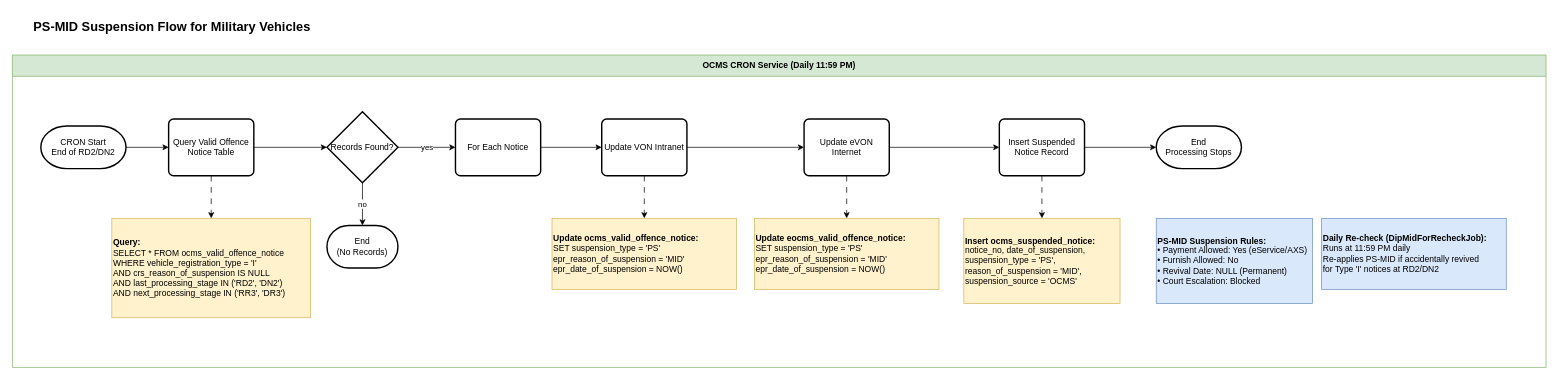
The draw.io diagram page "Section_4_MID_PS_Suspension" (5 of 5) of OCMS 14/Section 4/OCMS14-Technical_Flowchart_Section_4.drawio in rafifmgg/techdoc, before the edit. Source tidied: cells renumbered, new cells numbered last; positions are measured from the earlier drawing's top-left corner, leaving out a move shared by most shapes. Both pictures are drawn from the tidied source at 71%, with x=0, y=0 at pixel (12, 12).
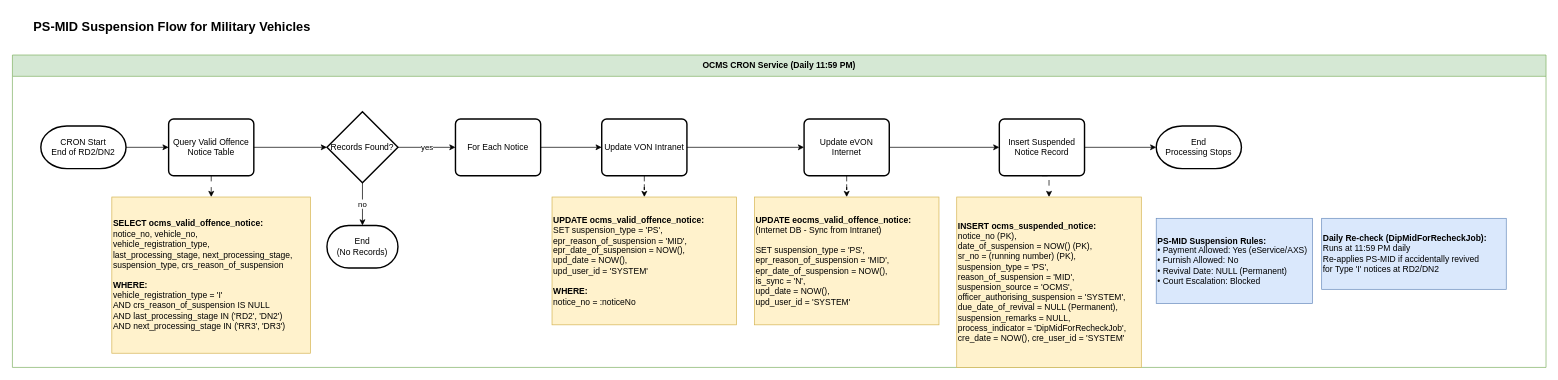
Above is the later version.

Commit message (it also covers changes not shown here):
Update OCMS 14 Section 4 - sync Technical Document with flowchart

Unchanged cells that the change refers to:
```xml
<mxCell id="3" value="OCMS CRON Service (Daily 11:59 PM)" style="swimlane;whiteSpace=wrap;html=1;fillColor=#d5e8d4;strokeColor=#82b366;startSize=30;" parent="1" vertex="1">
  <mxGeometry y="60" width="2160" height="440" as="geometry" />
</mxCell>
```

Change to the diagram source:
```diff
@@
-    <mxCell id="25" value="&lt;b&gt;Query:&lt;/b&gt;&lt;br&gt;SELECT * FROM ocms_valid_offence_notice&lt;br&gt;WHERE vehicle_registration_type = 'I'&lt;br&gt;AND crs_reason_of_suspension IS NULL&lt;br&gt;AND last_processing_stage IN ('RD2', 'DN2')&lt;br&gt;AND next_processing_stage IN ('RR3', 'DR3')" style="text;html=1;whiteSpace=wrap;strokeColor=#d6b656;fillColor=#fff2cc;align=left;verticalAlign=middle;rounded=0;" parent="3" vertex="1">
-      <mxGeometry x="140" y="230" width="280" height="140" as="geometry" />
+    <mxCell id="25" value="&lt;b&gt;SELECT ocms_valid_offence_notice:&lt;/b&gt;&lt;br&gt;notice_no, vehicle_no,&lt;br&gt;vehicle_registration_type,&lt;br&gt;last_processing_stage, next_processing_stage,&lt;br&gt;suspension_type, crs_reason_of_suspension&lt;br&gt;&lt;br&gt;&lt;b&gt;WHERE:&lt;/b&gt;&lt;br&gt;vehicle_registration_type = 'I'&lt;br&gt;AND crs_reason_of_suspension IS NULL&lt;br&gt;AND last_processing_stage IN ('RD2', 'DN2')&lt;br&gt;AND next_processing_stage IN ('RR3', 'DR3')" style="text;html=1;whiteSpace=wrap;strokeColor=#d6b656;fillColor=#fff2cc;align=left;verticalAlign=middle;rounded=0;" parent="3" vertex="1">
+      <mxGeometry x="140" y="200" width="280" height="220" as="geometry" />
     </mxCell>
-    <mxCell id="26" value="&lt;b&gt;Update ocms_valid_offence_notice:&lt;/b&gt;&lt;br&gt;SET suspension_type = 'PS'&lt;br&gt;    epr_reason_of_suspension = 'MID'&lt;br&gt;    epr_date_of_suspension = NOW()" style="text;html=1;whiteSpace=wrap;strokeColor=#d6b656;fillColor=#fff2cc;align=left;verticalAlign=middle;rounded=0;" parent="3" vertex="1">
-      <mxGeometry x="760" y="230" width="260" height="100" as="geometry" />
+    <mxCell id="26" value="&lt;b&gt;UPDATE ocms_valid_offence_notice:&lt;/b&gt;&lt;br&gt;SET suspension_type = 'PS',&lt;br&gt;    epr_reason_of_suspension = 'MID',&lt;br&gt;    epr_date_of_suspension = NOW(),&lt;br&gt;    upd_date = NOW(),&lt;br&gt;    upd_user_id = 'SYSTEM'&lt;br&gt;&lt;br&gt;&lt;b&gt;WHERE:&lt;/b&gt;&lt;br&gt;notice_no = :noticeNo" style="text;html=1;whiteSpace=wrap;strokeColor=#d6b656;fillColor=#fff2cc;align=left;verticalAlign=middle;rounded=0;" parent="3" vertex="1">
+      <mxGeometry x="760" y="200" width="260" height="180" as="geometry" />
     </mxCell>
-    <mxCell id="27" value="&lt;b&gt;Insert ocms_suspended_notice:&lt;/b&gt;&lt;br&gt;notice_no, date_of_suspension,&lt;br&gt;suspension_type = 'PS',&lt;br&gt;reason_of_suspension = 'MID',&lt;br&gt;suspension_source = 'OCMS'" style="text;html=1;whiteSpace=wrap;strokeColor=#d6b656;fillColor=#fff2cc;align=left;verticalAlign=middle;rounded=0;" parent="3" vertex="1">
-      <mxGeometry x="1340" y="230" width="220" height="120" as="geometry" />
+    <mxCell id="27" value="&lt;b&gt;INSERT ocms_suspended_notice:&lt;/b&gt;&lt;br&gt;notice_no (PK),&lt;br&gt;date_of_suspension = NOW() (PK),&lt;br&gt;sr_no = (running number) (PK),&lt;br&gt;suspension_type = 'PS',&lt;br&gt;reason_of_suspension = 'MID',&lt;br&gt;suspension_source = 'OCMS',&lt;br&gt;officer_authorising_suspension = 'SYSTEM',&lt;br&gt;due_date_of_revival = NULL (Permanent),&lt;br&gt;suspension_remarks = NULL,&lt;br&gt;process_indicator = 'DipMidForRecheckJob',&lt;br&gt;cre_date = NOW(), cre_user_id = 'SYSTEM'" style="text;html=1;whiteSpace=wrap;strokeColor=#d6b656;fillColor=#fff2cc;align=left;verticalAlign=middle;rounded=0;" parent="3" vertex="1">
+      <mxGeometry x="1330" y="200" width="260" height="240" as="geometry" />
     </mxCell>
-    <mxCell id="28" value="&lt;b&gt;Update eocms_valid_offence_notice:&lt;/b&gt;&lt;br&gt;SET suspension_type = 'PS'&lt;br&gt;    epr_reason_of_suspension = 'MID'&lt;br&gt;    epr_date_of_suspension = NOW()" style="text;html=1;whiteSpace=wrap;strokeColor=#d6b656;fillColor=#fff2cc;align=left;verticalAlign=middle;rounded=0;" parent="3" vertex="1">
-      <mxGeometry x="1045" y="230" width="260" height="100" as="geometry" />
+    <mxCell id="28" value="&lt;b&gt;UPDATE eocms_valid_offence_notice:&lt;/b&gt;&lt;br&gt;(Internet DB - Sync from Intranet)&lt;br&gt;&lt;br&gt;SET suspension_type = 'PS',&lt;br&gt;    epr_reason_of_suspension = 'MID',&lt;br&gt;    epr_date_of_suspension = NOW(),&lt;br&gt;    is_sync = 'N',&lt;br&gt;    upd_date = NOW(),&lt;br&gt;    upd_user_id = 'SYSTEM'" style="text;html=1;whiteSpace=wrap;strokeColor=#d6b656;fillColor=#fff2cc;align=left;verticalAlign=middle;rounded=0;" parent="3" vertex="1">
+      <mxGeometry x="1045" y="200" width="260" height="180" as="geometry" />
     </mxCell>
```
